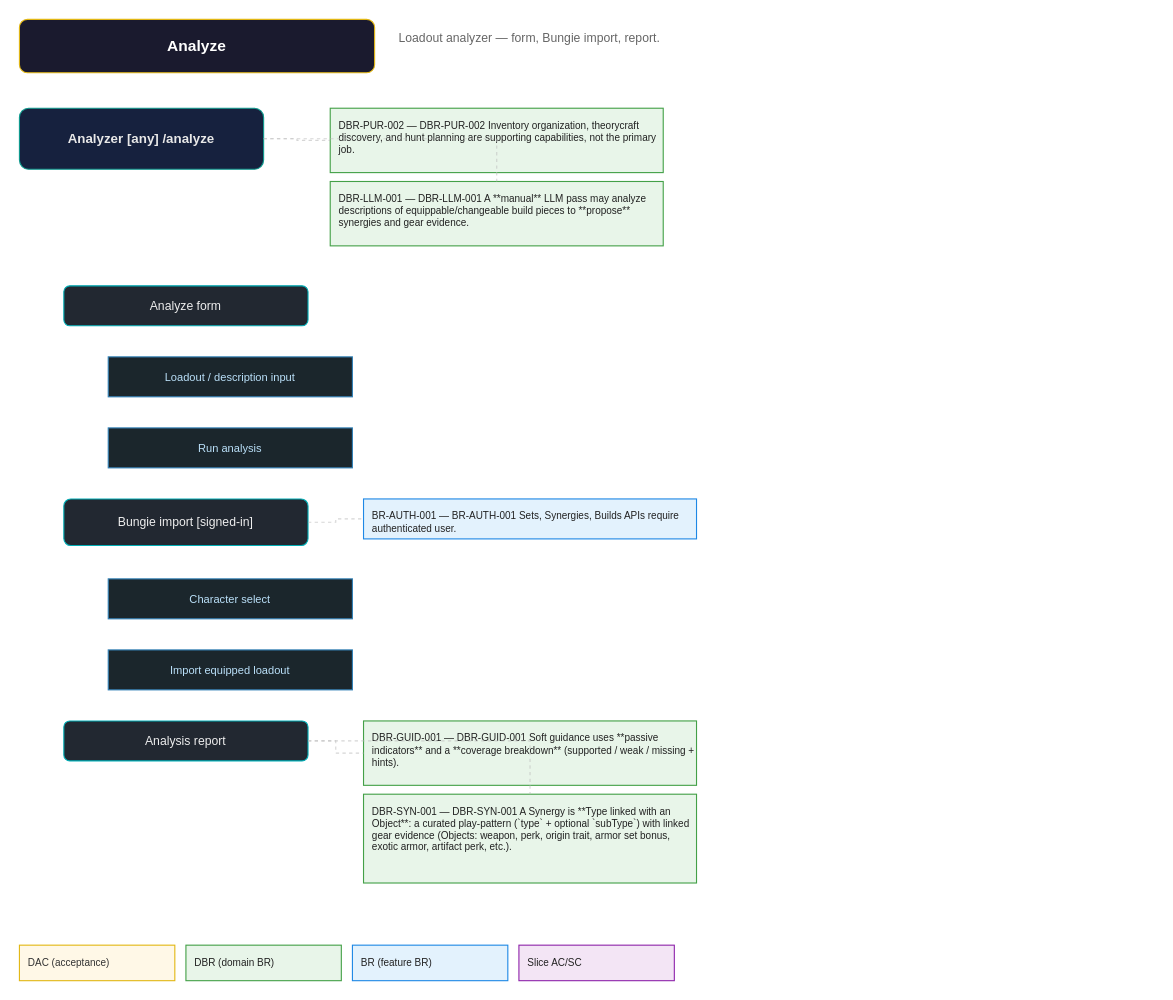
This is page "Analyze" (8 of 24) of docs/ui-rules/ui-map.drawio from DCForever/AI-Destiny-2-Build-Creator, a draw.io file, before an edit. Source tidied: cells renumbered, new cells numbered last; positions are measured from the earlier drawing's top-left corner, leaving out a move shared by most shapes. Both pictures are drawn from the tidied source at 111%, with x=0, y=0 at pixel (19, 19).
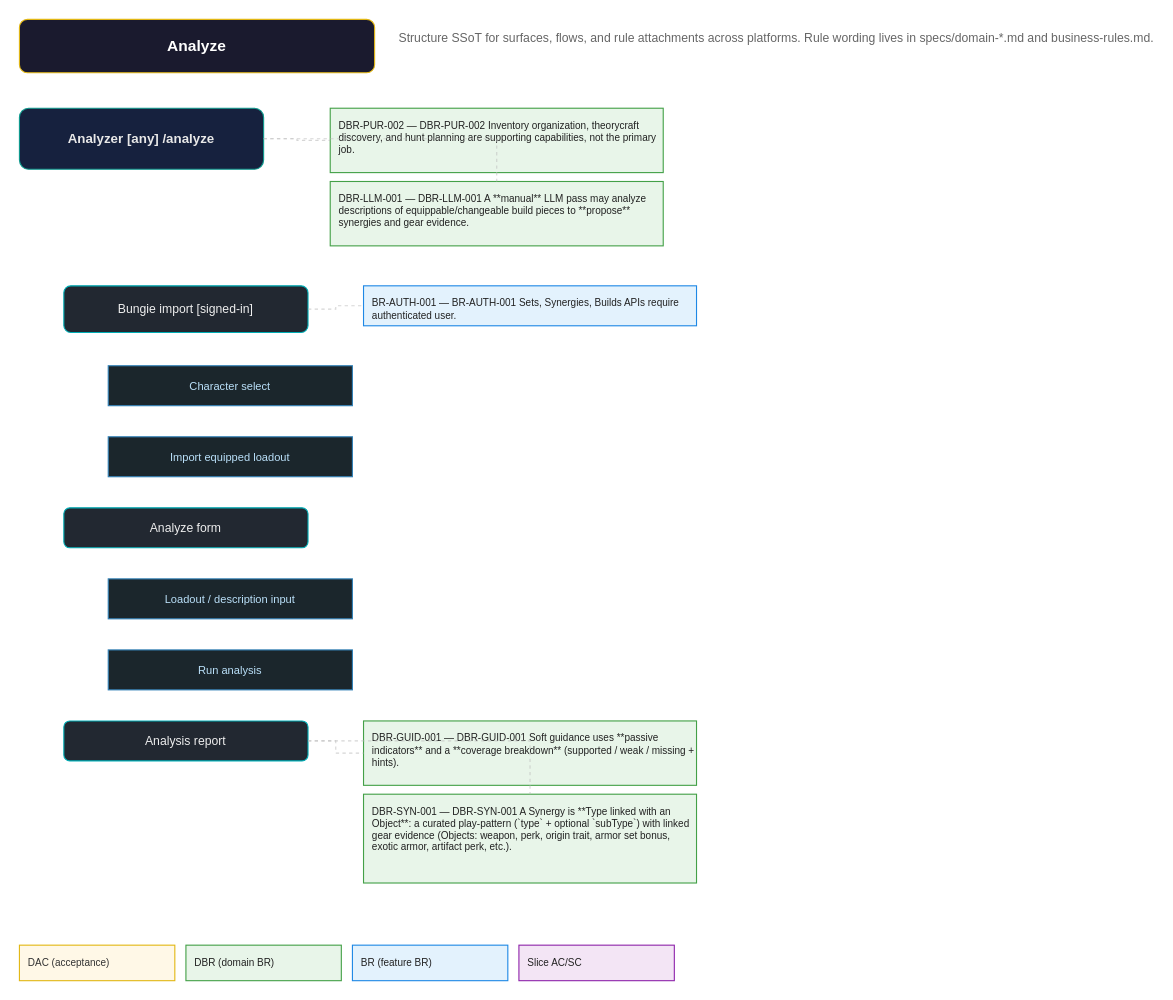
Above is the later version.

The edit, as a diff of the source:
```diff
@@
-    <mxCell id="3" value="Loadout analyzer — form, Bungie import, report." style="text;html=1;strokeColor=none;fillColor=none;align=left;fontSize=11;fontColor=#666;" parent="1" vertex="1">
+    <mxCell id="3" value="Structure SSoT for surfaces, flows, and rule attachments across platforms. Rule wording lives in specs/domain-*.md and business-rules.md." style="text;html=1;strokeColor=none;fillColor=none;align=left;fontSize=11;fontColor=#666;" parent="1" vertex="1">
       <mxGeometry x="340" y="4" width="480" height="40" as="geometry" />
     </mxCell>
@@
-    <mxCell id="9" value="Analyze form" style="rounded=1;whiteSpace=wrap;html=1;fillColor=#222831;fontColor=#eeeeee;strokeColor=#00adb5;fontSize=11;" parent="1" vertex="1">
-      <mxGeometry x="40" y="240" width="220" height="36" as="geometry" />
+    <mxCell id="9" value="Bungie import [signed-in]" style="rounded=1;whiteSpace=wrap;html=1;fillColor=#222831;fontColor=#eeeeee;strokeColor=#00adb5;fontSize=11;" parent="1" vertex="1">
+      <mxGeometry x="40" y="240" width="220" height="42" as="geometry" />
     </mxCell>
-    <mxCell id="10" value="Loadout / description input" style="rounded=0;whiteSpace=wrap;html=1;fillColor=#1b262c;fontColor=#bbe1fa;strokeColor=#3282b8;fontSize=10;" parent="1" vertex="1">
-      <mxGeometry x="80" y="304" width="220" height="36" as="geometry" />
+    <mxCell id="10" value="BR-AUTH-001 — BR-AUTH-001 Sets, Synergies, Builds APIs require authenticated user." style="rounded=0;whiteSpace=wrap;html=1;fillColor=#e3f2fd;fontColor=#222;strokeColor=#1e88e5;align=left;verticalAlign=top;spacingLeft=6;spacingTop=4;fontSize=9;" parent="1" vertex="1">
+      <mxGeometry x="310" y="240" width="300" height="36" as="geometry" />
     </mxCell>
-    <mxCell id="11" value="Run analysis" style="rounded=0;whiteSpace=wrap;html=1;fillColor=#1b262c;fontColor=#bbe1fa;strokeColor=#3282b8;fontSize=10;" parent="1" vertex="1">
-      <mxGeometry x="80" y="368" width="220" height="36" as="geometry" />
+    <mxCell id="11" style="edgeStyle=orthogonalEdgeStyle;rounded=0;html=1;strokeColor=#bbb;dashed=1;endArrow=none;opacity=60;" parent="1" edge="1" source="9" target="10">
+      <mxGeometry relative="1" as="geometry" />
     </mxCell>
-    <mxCell id="12" value="Bungie import [signed-in]" style="rounded=1;whiteSpace=wrap;html=1;fillColor=#222831;fontColor=#eeeeee;strokeColor=#00adb5;fontSize=11;" parent="1" vertex="1">
-      <mxGeometry x="40" y="432" width="220" height="42" as="geometry" />
+    <mxCell id="12" value="Character select" style="rounded=0;whiteSpace=wrap;html=1;fillColor=#1b262c;fontColor=#bbe1fa;strokeColor=#3282b8;fontSize=10;" parent="1" vertex="1">
+      <mxGeometry x="80" y="312" width="220" height="36" as="geometry" />
     </mxCell>
-    <mxCell id="13" value="BR-AUTH-001 — BR-AUTH-001 Sets, Synergies, Builds APIs require authenticated user." style="rounded=0;whiteSpace=wrap;html=1;fillColor=#e3f2fd;fontColor=#222;strokeColor=#1e88e5;align=left;verticalAlign=top;spacingLeft=6;spacingTop=4;fontSize=9;" parent="1" vertex="1">
-      <mxGeometry x="310" y="432" width="300" height="36" as="geometry" />
+    <mxCell id="13" value="Import equipped loadout" style="rounded=0;whiteSpace=wrap;html=1;fillColor=#1b262c;fontColor=#bbe1fa;strokeColor=#3282b8;fontSize=10;" parent="1" vertex="1">
+      <mxGeometry x="80" y="376" width="220" height="36" as="geometry" />
     </mxCell>
-    <mxCell id="14" style="edgeStyle=orthogonalEdgeStyle;rounded=0;html=1;strokeColor=#bbb;dashed=1;endArrow=none;opacity=60;" parent="1" edge="1" source="12" target="13">
-      <mxGeometry relative="1" as="geometry" />
+    <mxCell id="14" value="Analyze form" style="rounded=1;whiteSpace=wrap;html=1;fillColor=#222831;fontColor=#eeeeee;strokeColor=#00adb5;fontSize=11;" parent="1" vertex="1">
+      <mxGeometry x="40" y="440" width="220" height="36" as="geometry" />
     </mxCell>
-    <mxCell id="15" value="Character select" style="rounded=0;whiteSpace=wrap;html=1;fillColor=#1b262c;fontColor=#bbe1fa;strokeColor=#3282b8;fontSize=10;" parent="1" vertex="1">
+    <mxCell id="15" value="Loadout / description input" style="rounded=0;whiteSpace=wrap;html=1;fillColor=#1b262c;fontColor=#bbe1fa;strokeColor=#3282b8;fontSize=10;" parent="1" vertex="1">
       <mxGeometry x="80" y="504" width="220" height="36" as="geometry" />
     </mxCell>
-    <mxCell id="16" value="Import equipped loadout" style="rounded=0;whiteSpace=wrap;html=1;fillColor=#1b262c;fontColor=#bbe1fa;strokeColor=#3282b8;fontSize=10;" parent="1" vertex="1">
+    <mxCell id="16" value="Run analysis" style="rounded=0;whiteSpace=wrap;html=1;fillColor=#1b262c;fontColor=#bbe1fa;strokeColor=#3282b8;fontSize=10;" parent="1" vertex="1">
       <mxGeometry x="80" y="568" width="220" height="36" as="geometry" />
     </mxCell>
```
